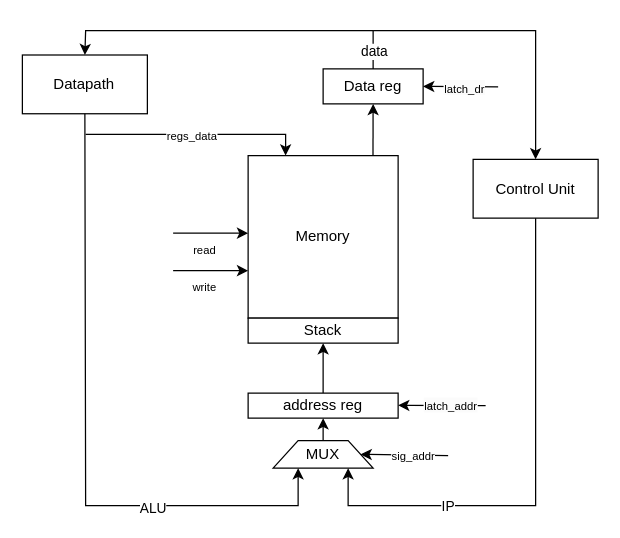
Anton-2228/CPU-risc-simulation keeps this draw.io diagram as images/raw/CA-scheme-middleware.drawio. Above is the earlier version. Source tidied: cells renumbered, new cells numbered last; positions are measured from the earlier drawing's top-left corner, leaving out a move shared by most shapes. Both pictures are drawn from the tidied source at 125%, with x=0, y=0 at pixel (21, 30).
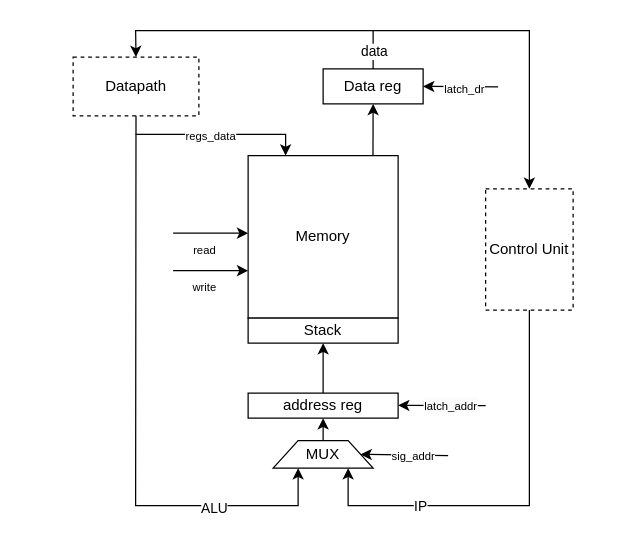
After the change.

Unchanged cells that the change refers to:
```xml
<mxCell id="2" value="Memory" style="rounded=0;whiteSpace=wrap;html=1;" parent="1" vertex="1">
  <mxGeometry x="181" y="100" width="120" height="130" as="geometry" />
</mxCell>
<mxCell id="7" value="MUX" style="shape=trapezoid;perimeter=trapezoidPerimeter;whiteSpace=wrap;html=1;fixedSize=1;" parent="1" vertex="1">
  <mxGeometry x="201" y="328" width="80" height="22" as="geometry" />
</mxCell>
<mxCell id="13" value="Data reg" style="rounded=0;whiteSpace=wrap;html=1;" parent="1" vertex="1">
  <mxGeometry x="241" y="30.6" width="80" height="28" as="geometry" />
</mxCell>
```

Diff of the diagram source:
```diff
@@
     <mxCell id="20" style="endArrow=classic;html=1;rounded=0;entryX=0.25;entryY=0;entryDx=0;entryDy=0;" parent="1" edge="1" target="2">
       <mxGeometry relative="1" as="geometry">
-        <mxPoint x="51" y="83" as="sourcePoint" />
+        <mxPoint x="91" y="83" as="sourcePoint" />
         <Array as="points">
           <mxPoint x="211" y="83" />
         </Array>
       </mxGeometry>
     </mxCell>
     <mxCell id="21" value="&lt;font style=&quot;font-size: 9px;&quot;&gt;regs_data&lt;/font&gt;" style="edgeLabel;html=1;align=center;verticalAlign=middle;" parent="20" vertex="1">
       <mxGeometry x="-0.47" y="-2" relative="1" as="geometry">
-        <mxPoint x="37" y="-2" as="offset" />
+        <mxPoint x="23" y="-2" as="offset" />
       </mxGeometry>
     </mxCell>
     <mxCell id="22" style="endArrow=classic;html=1;rounded=0;exitX=0.5;exitY=0;exitDx=0;exitDy=0;entryX=0.5;entryY=0;entryDx=0;entryDy=0;" parent="1" edge="1" source="13" target="24">
       <mxGeometry relative="1" as="geometry">
         <Array as="points">
           <mxPoint x="281" />
-          <mxPoint x="51" />
+          <mxPoint x="91" />
         </Array>
       </mxGeometry>
     </mxCell>
     <mxCell id="23" value="data" style="edgeLabel;html=1;align=center;verticalAlign=middle;" parent="22" vertex="1">
       <mxGeometry x="0.01" relative="1" as="geometry">
-        <mxPoint x="111" y="16" as="offset" />
+        <mxPoint x="92" y="16" as="offset" />
       </mxGeometry>
     </mxCell>
-    <mxCell id="24" value="Datapath" style="rounded=0;whiteSpace=wrap;html=1;" parent="1" vertex="1">
-      <mxGeometry x="0.4" y="19.5" width="100" height="47" as="geometry" />
+    <mxCell id="24" value="Datapath" style="rounded=0;whiteSpace=wrap;html=1;dashed=1;fillColor=none;" parent="1" vertex="1">
+      <mxGeometry x="41" y="21.1" width="100.6" height="47" as="geometry" />
     </mxCell>
-    <mxCell id="25" value="Control Unit" style="rounded=0;whiteSpace=wrap;html=1;" parent="1" vertex="1">
-      <mxGeometry x="361" y="103" width="100" height="47" as="geometry" />
+    <mxCell id="25" value="Control Unit" style="rounded=0;whiteSpace=wrap;html=1;fillColor=none;dashed=1;" parent="1" vertex="1">
+      <mxGeometry x="371" y="126.5" width="70" height="97" as="geometry" />
     </mxCell>
     <mxCell id="26" style="endArrow=classic;html=1;rounded=0;entryX=0.5;entryY=0;entryDx=0;entryDy=0;" parent="1" edge="1" target="25">
       <mxGeometry relative="1" as="geometry">
         <mxPoint x="281" as="sourcePoint" />
         <Array as="points">
-          <mxPoint x="411" />
+          <mxPoint x="406" />
         </Array>
       </mxGeometry>
     </mxCell>
     <mxCell id="27" style="endArrow=classic;html=1;rounded=0;exitX=0.5;exitY=1;exitDx=0;exitDy=0;entryX=0.25;entryY=1;entryDx=0;entryDy=0;" parent="1" edge="1" source="24" target="7">
       <mxGeometry relative="1" as="geometry">
         <Array as="points">
-          <mxPoint x="51" y="380" />
+          <mxPoint x="91" y="380" />
           <mxPoint x="221" y="380" />
         </Array>
       </mxGeometry>
     </mxCell>
     <mxCell id="28" value="ALU" style="edgeLabel;html=1;align=center;verticalAlign=middle;" parent="27" vertex="1">
-      <mxGeometry x="0.43" y="-1" relative="1" as="geometry" />
+      <mxGeometry x="0.43" y="-1" relative="1" as="geometry">
+        <mxPoint x="37" as="offset" />
+      </mxGeometry>
     </mxCell>
     <mxCell id="29" style="endArrow=classic;html=1;rounded=0;exitX=0.5;exitY=1;exitDx=0;exitDy=0;entryX=0.75;entryY=1;entryDx=0;entryDy=0;" parent="1" edge="1" source="25" target="7">
       <mxGeometry relative="1" as="geometry">
         <Array as="points">
-          <mxPoint x="411" y="380" />
+          <mxPoint x="406" y="380" />
           <mxPoint x="261" y="380" />
         </Array>
       </mxGeometry>
     </mxCell>
```
